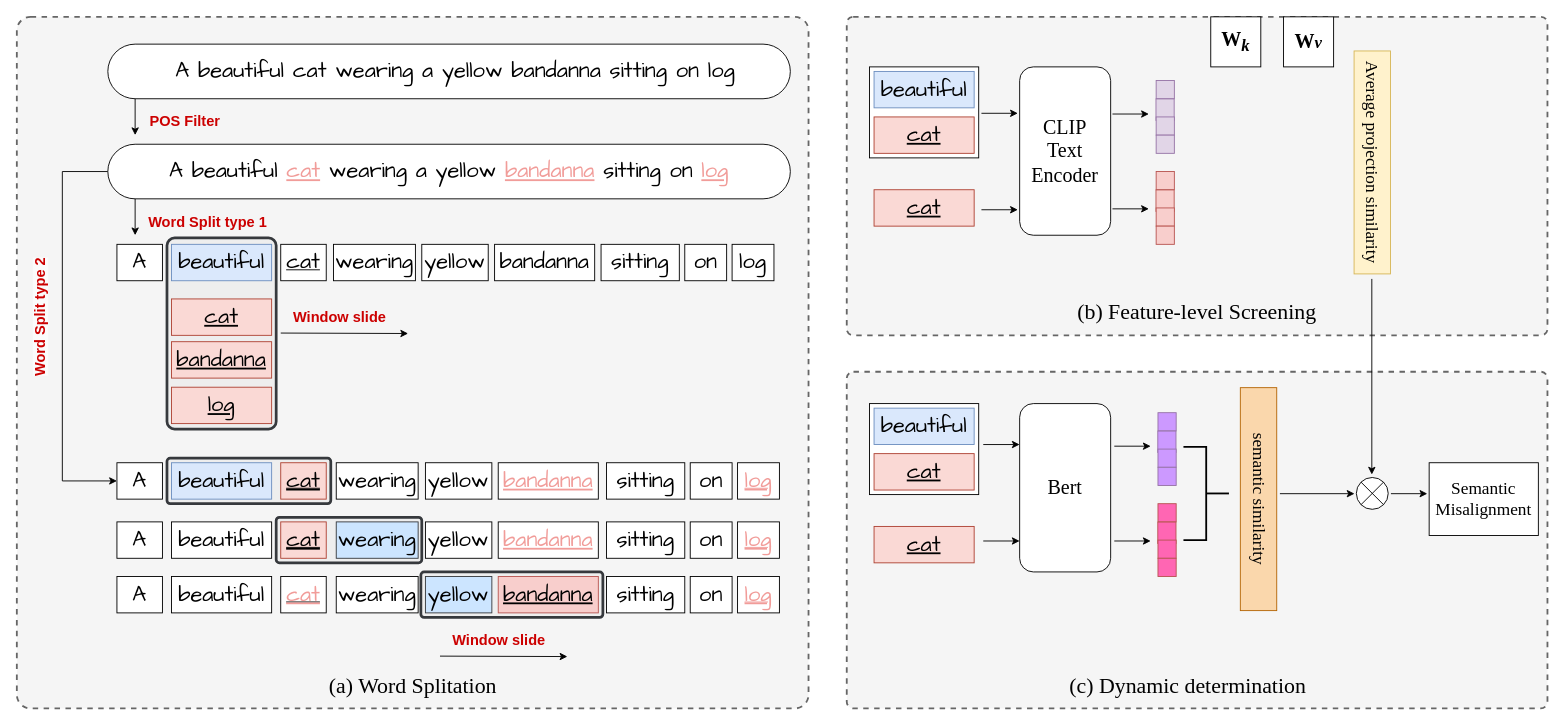
The draw.io diagram backdoor detection.drawio in Aemilia-xu/CS231n, before the edit. Source tidied: cells renumbered, new cells numbered last; positions are measured from the earlier drawing's top-left corner, leaving out a move shared by most shapes. Both pictures are drawn from the tidied source at 91%, with x=0, y=0 at pixel (-47, 16).
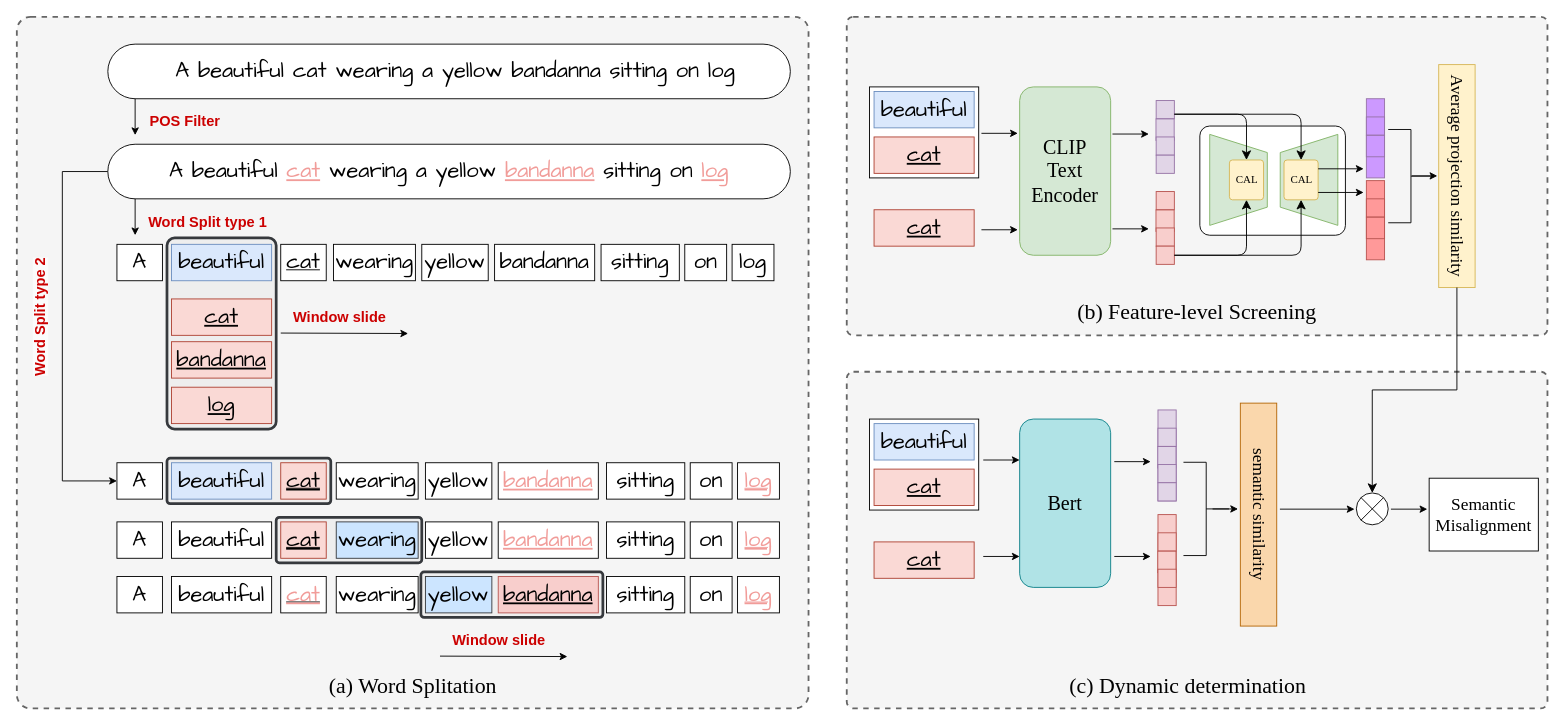
Above is the later version.

The change refers to these unchanged cells:
```xml
<mxCell id="70" style="rounded=0;whiteSpace=wrap;html=1;fillColor=#e1d5e7;strokeColor=#9673a6;rotation=90;" parent="69" vertex="1">
  <mxGeometry x="40" y="-20" width="20" height="20" as="geometry" />
</mxCell>
<mxCell id="80" style="rounded=0;whiteSpace=wrap;html=1;fillColor=#f8cecc;strokeColor=#b85450;rotation=90;" parent="76" vertex="1">
  <mxGeometry x="40" y="40" width="20" height="20" as="geometry" />
</mxCell>
```

The edit, as a diff of the source:
```diff
@@
     <mxCell id="5" style="rounded=0;whiteSpace=wrap;html=1;" parent="1" vertex="1">
-      <mxGeometry x="1007" y="55" width="120" height="100" as="geometry" />
+      <mxGeometry x="1007" y="77" width="120" height="100" as="geometry" />
     </mxCell>
@@
     <mxCell id="63" value="&lt;u style=&quot;font-family: &amp;quot;Comic Sans MS&amp;quot;; font-size: 24px;&quot;&gt;&lt;font style=&quot;color: rgb(0, 0, 0);&quot;&gt;cat&lt;/font&gt;&lt;/u&gt;" style="rounded=0;whiteSpace=wrap;html=1;fillColor=#fad9d5;strokeColor=#ae4132;" parent="1" vertex="1">
-      <mxGeometry x="1012" y="110" width="110" height="40" as="geometry" />
+      <mxGeometry x="1012" y="132" width="110" height="40" as="geometry" />
     </mxCell>
     <mxCell id="64" value="&lt;span style=&quot;font-family: &amp;quot;Comic Sans MS&amp;quot;; font-size: 24px;&quot;&gt;&lt;font style=&quot;color: rgb(0, 0, 0);&quot;&gt;beautiful&lt;/font&gt;&lt;/span&gt;" style="rounded=0;whiteSpace=wrap;html=1;fillColor=#dae8fc;strokeColor=#6c8ebf;" parent="1" vertex="1">
-      <mxGeometry x="1012" y="60" width="110" height="40" as="geometry" />
+      <mxGeometry x="1012" y="82" width="110" height="40" as="geometry" />
     </mxCell>
     <mxCell id="65" value="&lt;u style=&quot;font-family: &amp;quot;Comic Sans MS&amp;quot;; font-size: 24px;&quot;&gt;&lt;font style=&quot;color: rgb(0, 0, 0);&quot;&gt;cat&lt;/font&gt;&lt;/u&gt;" style="rounded=0;whiteSpace=wrap;html=1;fillColor=#fad9d5;strokeColor=#ae4132;" parent="1" vertex="1">
-      <mxGeometry x="1012" y="190" width="110" height="40" as="geometry" />
+      <mxGeometry x="1012" y="212" width="110" height="40" as="geometry" />
     </mxCell>
-    <mxCell id="66" value="&lt;font face=&quot;Times New Roman&quot; style=&quot;font-size: 22px;&quot;&gt;CLIP&lt;/font&gt;&lt;div&gt;&lt;font face=&quot;Times New Roman&quot; style=&quot;font-size: 22px;&quot;&gt;Text&lt;/font&gt;&lt;/div&gt;&lt;div&gt;&lt;font face=&quot;Times New Roman&quot; style=&quot;font-size: 22px;&quot;&gt;Encoder&lt;/font&gt;&lt;/div&gt;" style="rounded=1;whiteSpace=wrap;html=1;" parent="1" vertex="1">
-      <mxGeometry x="1172" y="55" width="100" height="185" as="geometry" />
+    <mxCell id="66" value="&lt;font face=&quot;Times New Roman&quot; style=&quot;font-size: 22px;&quot;&gt;CLIP&lt;/font&gt;&lt;div&gt;&lt;font face=&quot;Times New Roman&quot; style=&quot;font-size: 22px;&quot;&gt;Text&lt;/font&gt;&lt;/div&gt;&lt;div&gt;&lt;font face=&quot;Times New Roman&quot; style=&quot;font-size: 22px;&quot;&gt;Encoder&lt;/font&gt;&lt;/div&gt;" style="rounded=1;whiteSpace=wrap;html=1;fillColor=#d5e8d4;strokeColor=#82b366;" parent="1" vertex="1">
+      <mxGeometry x="1172" y="77" width="100" height="185" as="geometry" />
     </mxCell>
     <mxCell id="67" style="endArrow=classic;html=1;rounded=0;" parent="1" edge="1">
       <mxGeometry relative="1" as="geometry">
-        <mxPoint x="1130" y="106" as="sourcePoint" />
-        <mxPoint x="1170" y="106" as="targetPoint" />
+        <mxPoint x="1130" y="128" as="sourcePoint" />
+        <mxPoint x="1170" y="128" as="targetPoint" />
       </mxGeometry>
     </mxCell>
     <mxCell id="68" style="endArrow=classic;html=1;rounded=0;" parent="1" edge="1">
       <mxGeometry relative="1" as="geometry">
-        <mxPoint x="1130" y="212" as="sourcePoint" />
-        <mxPoint x="1170" y="212" as="targetPoint" />
+        <mxPoint x="1130" y="234" as="sourcePoint" />
+        <mxPoint x="1170" y="234" as="targetPoint" />
       </mxGeometry>
     </mxCell>
     <mxCell id="69" style="group;rotation=90;" parent="1" vertex="1">
-      <mxGeometry x="1282" y="90" width="100" height="20" as="geometry" />
+      <mxGeometry x="1282" y="112" width="100" height="20" as="geometry" />
     </mxCell>
@@
     <mxCell id="74" style="endArrow=classic;html=1;rounded=0;" parent="1" edge="1">
       <mxGeometry relative="1" as="geometry">
-        <mxPoint x="1274" y="106.8" as="sourcePoint" />
-        <mxPoint x="1314" y="106.8" as="targetPoint" />
+        <mxPoint x="1274" y="128.8" as="sourcePoint" />
+        <mxPoint x="1314" y="128.8" as="targetPoint" />
       </mxGeometry>
     </mxCell>
     <mxCell id="75" style="endArrow=classic;html=1;rounded=0;" parent="1" edge="1">
       <mxGeometry relative="1" as="geometry">
-        <mxPoint x="1274" y="211" as="sourcePoint" />
-        <mxPoint x="1314" y="211" as="targetPoint" />
+        <mxPoint x="1274" y="233" as="sourcePoint" />
+        <mxPoint x="1314" y="233" as="targetPoint" />
       </mxGeometry>
     </mxCell>
     <mxCell id="76" style="group;rotation=90;" parent="1" vertex="1">
-      <mxGeometry x="1282" y="190" width="100" height="20" as="geometry" />
+      <mxGeometry x="1282" y="212" width="100" height="20" as="geometry" />
     </mxCell>
@@
-    <mxCell id="81" value="&lt;font face=&quot;Times New Roman&quot;&gt;&lt;b&gt;W&lt;sub&gt;&lt;i&gt;k&lt;/i&gt;&lt;/sub&gt;&lt;/b&gt;&lt;/font&gt;" style="whiteSpace=wrap;html=1;fontSize=22;" parent="1" vertex="1">
-      <mxGeometry x="1382" width="55" height="55" as="geometry" />
-    </mxCell>
-    <mxCell id="82" value="&lt;font face=&quot;Times New Roman&quot;&gt;&lt;b&gt;W&lt;span style=&quot;font-size: 18.3333px;&quot;&gt;&lt;i&gt;v&lt;/i&gt;&lt;/span&gt;&lt;/b&gt;&lt;/font&gt;" style="whiteSpace=wrap;html=1;fontSize=22;" parent="1" vertex="1">
-      <mxGeometry x="1462" width="55" height="55" as="geometry" />
-    </mxCell>
     <mxCell id="83" value="&lt;font face=&quot;Times New Roman&quot; style=&quot;font-size: 19px;&quot;&gt;Average projection similarity&lt;/font&gt;" style="rounded=0;whiteSpace=wrap;html=1;rotation=90;fillColor=#fff2cc;strokeColor=#d6b656;align=center;verticalAlign=middle;" parent="1" vertex="1">
-      <mxGeometry x="1437" y="140" width="245" height="40" as="geometry" />
+      <mxGeometry x="1530" y="155" width="245" height="40" as="geometry" />
     </mxCell>
     <mxCell id="84" style="rounded=0;whiteSpace=wrap;html=1;" parent="1" vertex="1">
-      <mxGeometry x="1007" y="425" width="120" height="100" as="geometry" />
+      <mxGeometry x="1007" y="442" width="120" height="100" as="geometry" />
     </mxCell>
     <mxCell id="85" value="&lt;u style=&quot;font-family: &amp;quot;Comic Sans MS&amp;quot;; font-size: 24px;&quot;&gt;&lt;font style=&quot;color: rgb(0, 0, 0);&quot;&gt;cat&lt;/font&gt;&lt;/u&gt;" style="rounded=0;whiteSpace=wrap;html=1;fillColor=#fad9d5;strokeColor=#ae4132;" parent="1" vertex="1">
-      <mxGeometry x="1012" y="480" width="110" height="40" as="geometry" />
+      <mxGeometry x="1012" y="497" width="110" height="40" as="geometry" />
     </mxCell>
     <mxCell id="86" value="&lt;span style=&quot;font-family: &amp;quot;Comic Sans MS&amp;quot;; font-size: 24px;&quot;&gt;&lt;font style=&quot;color: rgb(0, 0, 0);&quot;&gt;beautiful&lt;/font&gt;&lt;/span&gt;" style="rounded=0;whiteSpace=wrap;html=1;fillColor=#dae8fc;strokeColor=#6c8ebf;" parent="1" vertex="1">
-      <mxGeometry x="1012" y="430" width="110" height="40" as="geometry" />
+      <mxGeometry x="1012" y="447" width="110" height="40" as="geometry" />
     </mxCell>
     <mxCell id="87" value="&lt;u style=&quot;font-family: &amp;quot;Comic Sans MS&amp;quot;; font-size: 24px;&quot;&gt;&lt;font style=&quot;color: rgb(0, 0, 0);&quot;&gt;cat&lt;/font&gt;&lt;/u&gt;" style="rounded=0;whiteSpace=wrap;html=1;fillColor=#fad9d5;strokeColor=#ae4132;" parent="1" vertex="1">
-      <mxGeometry x="1012" y="560" width="110" height="40" as="geometry" />
+      <mxGeometry x="1012" y="577" width="110" height="40" as="geometry" />
     </mxCell>
-    <mxCell id="88" value="&lt;span style=&quot;font-size: 22px;&quot;&gt;&lt;font face=&quot;Times New Roman&quot;&gt;Bert&lt;/font&gt;&lt;/span&gt;" style="rounded=1;whiteSpace=wrap;html=1;" parent="1" vertex="1">
-      <mxGeometry x="1172" y="425" width="100" height="185" as="geometry" />
+    <mxCell id="88" value="&lt;span style=&quot;font-size: 22px;&quot;&gt;&lt;font face=&quot;Times New Roman&quot;&gt;Bert&lt;/font&gt;&lt;/span&gt;" style="rounded=1;whiteSpace=wrap;html=1;fillColor=#b0e3e6;strokeColor=#0e8088;" parent="1" vertex="1">
+      <mxGeometry x="1172" y="442" width="100" height="185" as="geometry" />
     </mxCell>
     <mxCell id="89" style="endArrow=classic;html=1;rounded=0;" parent="1" edge="1">
       <mxGeometry relative="1" as="geometry">
-        <mxPoint x="1132" y="470" as="sourcePoint" />
-        <mxPoint x="1172" y="470" as="targetPoint" />
+        <mxPoint x="1132" y="487" as="sourcePoint" />
+        <mxPoint x="1172" y="487" as="targetPoint" />
       </mxGeometry>
     </mxCell>
     <mxCell id="90" style="endArrow=classic;html=1;rounded=0;" parent="1" edge="1">
       <mxGeometry relative="1" as="geometry">
-        <mxPoint x="1132" y="576" as="sourcePoint" />
-        <mxPoint x="1172" y="576" as="targetPoint" />
+        <mxPoint x="1132" y="593" as="sourcePoint" />
+        <mxPoint x="1172" y="593" as="targetPoint" />
       </mxGeometry>
     </mxCell>
-    <mxCell id="91" style="group;rotation=90;" parent="1" vertex="1">
-      <mxGeometry x="1284" y="455" width="100" height="20" as="geometry" />
+    <mxCell id="91" style="group;rotation=90;fillColor=#e1d5e7;strokeColor=#9673a6;" parent="1" vertex="1">
+      <mxGeometry x="1284" y="472" width="100" height="20" as="geometry" />
     </mxCell>
-    <mxCell id="92" style="rounded=0;whiteSpace=wrap;html=1;fillColor=#CC99FF;strokeColor=#9673a6;rotation=90;" parent="91" vertex="1">
+    <mxCell id="92" style="rounded=0;whiteSpace=wrap;html=1;fillColor=#e1d5e7;strokeColor=#9673a6;rotation=90;" parent="91" vertex="1">
       <mxGeometry x="40" y="-20" width="20" height="20" as="geometry" />
     </mxCell>
-    <mxCell id="93" style="rounded=0;whiteSpace=wrap;html=1;fillColor=#CC99FF;strokeColor=#9673a6;rotation=90;" parent="91" vertex="1">
+    <mxCell id="93" style="rounded=0;whiteSpace=wrap;html=1;fillColor=#e1d5e7;strokeColor=#9673a6;rotation=90;" parent="91" vertex="1">
       <mxGeometry x="38" y="2" width="23.6" height="20" as="geometry" />
     </mxCell>
-    <mxCell id="94" style="rounded=0;whiteSpace=wrap;html=1;fillColor=#CC99FF;strokeColor=#9673a6;rotation=90;" parent="91" vertex="1">
+    <mxCell id="94" style="rounded=0;whiteSpace=wrap;html=1;fillColor=#e1d5e7;strokeColor=#9673a6;rotation=90;" parent="91" vertex="1">
       <mxGeometry x="40" y="20" width="20" height="20" as="geometry" />
     </mxCell>
-    <mxCell id="95" style="rounded=0;whiteSpace=wrap;html=1;fillColor=#CC99FF;strokeColor=#9673a6;rotation=90;" parent="91" vertex="1">
+    <mxCell id="95" style="rounded=0;whiteSpace=wrap;html=1;fillColor=#e1d5e7;strokeColor=#9673a6;rotation=90;" parent="91" vertex="1">
       <mxGeometry x="40" y="40" width="20" height="20" as="geometry" />
     </mxCell>
     <mxCell id="96" style="endArrow=classic;html=1;rounded=0;" parent="1" edge="1">
       <mxGeometry relative="1" as="geometry">
-        <mxPoint x="1276" y="471.8" as="sourcePoint" />
-        <mxPoint x="1316" y="471.8" as="targetPoint" />
+        <mxPoint x="1276" y="488.8" as="sourcePoint" />
+        <mxPoint x="1316" y="488.8" as="targetPoint" />
       </mxGeometry>
     </mxCell>
     <mxCell id="97" style="endArrow=classic;html=1;rounded=0;" parent="1" edge="1">
       <mxGeometry relative="1" as="geometry">
-        <mxPoint x="1276" y="576" as="sourcePoint" />
-        <mxPoint x="1316" y="576" as="targetPoint" />
+        <mxPoint x="1276" y="593" as="sourcePoint" />
+        <mxPoint x="1316" y="593" as="targetPoint" />
       </mxGeometry>
     </mxCell>
-    <mxCell id="98" style="group;rotation=90;" parent="1" vertex="1">
-      <mxGeometry x="1284" y="555" width="100" height="20" as="geometry" />
+    <mxCell id="98" style="group;rotation=90;fillColor=#f8cecc;strokeColor=#b85450;" parent="1" vertex="1">
+      <mxGeometry x="1284" y="587" width="100" height="20" as="geometry" />
     </mxCell>
-    <mxCell id="99" style="rounded=0;whiteSpace=wrap;html=1;fillColor=#FF66B3;strokeColor=#b85450;rotation=90;" parent="98" vertex="1">
+    <mxCell id="99" style="rounded=0;whiteSpace=wrap;html=1;fillColor=#f8cecc;strokeColor=#b85450;rotation=90;" parent="98" vertex="1">
       <mxGeometry x="40" y="-20" width="20" height="20" as="geometry" />
     </mxCell>
-    <mxCell id="100" style="rounded=0;whiteSpace=wrap;html=1;fillColor=#FF66B3;strokeColor=#b85450;rotation=90;" parent="98" vertex="1">
+    <mxCell id="100" style="rounded=0;whiteSpace=wrap;html=1;fillColor=#f8cecc;strokeColor=#b85450;rotation=90;" parent="98" vertex="1">
       <mxGeometry x="38" y="2" width="23.6" height="20" as="geometry" />
     </mxCell>
-    <mxCell id="101" style="rounded=0;whiteSpace=wrap;html=1;fillColor=#FF66B3;strokeColor=#b85450;rotation=90;" parent="98" vertex="1">
+    <mxCell id="101" style="rounded=0;whiteSpace=wrap;html=1;fillColor=#f8cecc;strokeColor=#b85450;rotation=90;" parent="98" vertex="1">
       <mxGeometry x="40" y="20" width="20" height="20" as="geometry" />
     </mxCell>
-    <mxCell id="102" style="rounded=0;whiteSpace=wrap;html=1;fillColor=#FF66B3;strokeColor=#b85450;rotation=90;" parent="98" vertex="1">
-      <mxGeometry x="40" y="40" width="20" height="20" as="geometry" />
-    </mxCell>
     <mxCell id="103" value="&lt;div&gt;&lt;font face=&quot;Times New Roman&quot;&gt;&lt;span style=&quot;font-size: 19px;&quot;&gt;semantic similarity&lt;/span&gt;&lt;/font&gt;&lt;/div&gt;" style="rounded=0;whiteSpace=wrap;html=1;rotation=90;fillColor=#fad7ac;strokeColor=#b46504;align=center;verticalAlign=middle;" parent="1" vertex="1">
-      <mxGeometry x="1312" y="510" width="245" height="40" as="geometry" />
+      <mxGeometry x="1312" y="527" width="245" height="40" as="geometry" />
     </mxCell>
     <mxCell id="104" style="shape=sumEllipse;perimeter=ellipsePerimeter;whiteSpace=wrap;html=1;backgroundOutline=1;" parent="1" vertex="1">
-      <mxGeometry x="1542" y="506.2" width="35" height="35" as="geometry" />
+      <mxGeometry x="1542" y="523.2" width="35" height="35" as="geometry" />
     </mxCell>
-    <mxCell id="105" style="strokeWidth=2;html=1;shape=mxgraph.flowchart.annotation_2;align=left;labelPosition=right;rotation=-180;" parent="1" vertex="1">
-      <mxGeometry x="1352" y="472.5" width="50" height="102.5" as="geometry" />
+    <mxCell id="105" style="strokeWidth=1;html=1;shape=mxgraph.flowchart.annotation_2;align=left;labelPosition=right;rotation=-180;" parent="1" vertex="1">
+      <mxGeometry x="1352" y="489.5" width="50" height="102.5" as="geometry" />
     </mxCell>
     <mxCell id="106" style="endArrow=classic;html=1;rounded=0;" parent="1" edge="1">
       <mxGeometry relative="1" as="geometry">
-        <mxPoint x="1458" y="524" as="sourcePoint" />
-        <mxPoint x="1540" y="524" as="targetPoint" />
+        <mxPoint x="1458" y="541" as="sourcePoint" />
+        <mxPoint x="1540" y="541" as="targetPoint" />
       </mxGeometry>
     </mxCell>
-    <mxCell id="107" style="endArrow=classic;html=1;rounded=0;" parent="1" edge="1">
-      <mxGeometry relative="1" as="geometry">
-        <mxPoint x="1559" y="288" as="sourcePoint" />
-        <mxPoint x="1559" y="503" as="targetPoint" />
-      </mxGeometry>
-    </mxCell>
     <mxCell id="108" value="&lt;font style=&quot;font-size: 19px;&quot; face=&quot;Times New Roman&quot;&gt;Semantic Misalignment&lt;/font&gt;" style="rounded=0;whiteSpace=wrap;html=1;rotation=0;align=center;verticalAlign=middle;" parent="1" vertex="1">
-      <mxGeometry x="1622" y="490" width="120" height="80" as="geometry" />
+      <mxGeometry x="1622" y="507" width="120" height="80" as="geometry" />
     </mxCell>
     <mxCell id="109" style="endArrow=classic;html=1;rounded=0;" parent="1" edge="1">
       <mxGeometry relative="1" as="geometry">
-        <mxPoint x="1580" y="524" as="sourcePoint" />
-        <mxPoint x="1620" y="524" as="targetPoint" />
+        <mxPoint x="1580" y="541" as="sourcePoint" />
+        <mxPoint x="1620" y="541" as="targetPoint" />
       </mxGeometry>
     </mxCell>
@@
+    <mxCell id="113" style="group;" parent="1" vertex="1">
+      <mxGeometry x="1360" y="109.5" width="170" height="198" as="geometry" />
+    </mxCell>
+    <mxCell id="114" style="group;" parent="113" vertex="1">
+      <mxGeometry x="10" y="10.5" width="170" height="198" as="geometry" />
+    </mxCell>
+    <mxCell id="115" style="rounded=1;whiteSpace=wrap;html=1;arcSize=9;" parent="114" vertex="1">
+      <mxGeometry width="160" height="120" as="geometry" />
+    </mxCell>
+    <mxCell id="116" style="group;" parent="114" vertex="1">
+      <mxGeometry x="10" y="10.5" width="160" height="187.5" as="geometry" />
+    </mxCell>
+    <mxCell id="117" style="shape=trapezoid;perimeter=trapezoidPerimeter;whiteSpace=wrap;html=1;fixedSize=1;rotation=90;fillColor=#d5e8d4;strokeColor=#82b366;" parent="116" vertex="1">
+      <mxGeometry x="-17.5" y="17" width="100" height="63.3" as="geometry" />
+    </mxCell>
+    <mxCell id="118" style="shape=trapezoid;perimeter=trapezoidPerimeter;whiteSpace=wrap;html=1;fixedSize=1;rotation=-90;fillColor=#d5e8d4;strokeColor=#82b366;" parent="116" vertex="1">
+      <mxGeometry x="60" y="17" width="100" height="63.3" as="geometry" />
+    </mxCell>
+    <mxCell id="119" value="&lt;font face=&quot;Times New Roman&quot;&gt;CAL&lt;/font&gt;" style="rounded=1;whiteSpace=wrap;html=1;arcSize=9;fillColor=#fff2cc;strokeColor=#d6b656;" parent="116" vertex="1">
+      <mxGeometry x="22.5" y="26.8" width="37.5" height="43.8" as="geometry" />
+    </mxCell>
+    <mxCell id="120" value="&lt;font face=&quot;Times New Roman&quot;&gt;CAL&lt;/font&gt;" style="rounded=1;whiteSpace=wrap;html=1;arcSize=9;fillColor=#fff2cc;strokeColor=#d6b656;" parent="116" vertex="1">
+      <mxGeometry x="82.5" y="26.8" width="37.5" height="43.8" as="geometry" />
+    </mxCell>
+    <mxCell id="121" style="endArrow=classic;html=1;rounded=0;" parent="116" edge="1">
+      <mxGeometry relative="1" as="geometry">
+        <mxPoint x="120" y="36.5" as="sourcePoint" />
+        <mxPoint x="170" y="36.5" as="targetPoint" />
+      </mxGeometry>
+    </mxCell>
+    <mxCell id="122" style="endArrow=classic;html=1;rounded=0;" parent="116" edge="1">
+      <mxGeometry relative="1" as="geometry">
+        <mxPoint x="120" y="62.5" as="sourcePoint" />
+        <mxPoint x="170" y="62.5" as="targetPoint" />
+      </mxGeometry>
+    </mxCell>
+    <mxCell id="123" style="group;" parent="1" vertex="1">
+      <mxGeometry x="1421" y="107" width="60" as="geometry" />
+    </mxCell>
+    <mxCell id="124" style="edgeStyle=segmentEdgeStyle;endArrow=classic;html=1;curved=0;rounded=1;endSize=8;startSize=8;entryX=0.5;entryY=0;entryDx=0;entryDy=0;exitX=0.75;exitY=0;exitDx=0;exitDy=0;" parent="123" edge="1" source="70" target="119">
+      <mxGeometry relative="1" as="geometry">
+        <Array as="points">
+          <mxPoint />
+        </Array>
+      </mxGeometry>
+    </mxCell>
+    <mxCell id="125" style="edgeStyle=segmentEdgeStyle;endArrow=classic;html=1;curved=0;rounded=1;endSize=8;startSize=8;entryX=0.5;entryY=0;entryDx=0;entryDy=0;exitX=0.75;exitY=0;exitDx=0;exitDy=0;" parent="123" edge="1" source="70" target="120">
+      <mxGeometry relative="1" as="geometry">
+        <Array as="points">
+          <mxPoint x="60" />
+        </Array>
+      </mxGeometry>
+    </mxCell>
+    <mxCell id="126" style="edgeStyle=segmentEdgeStyle;endArrow=classic;html=1;curved=0;rounded=1;endSize=8;startSize=8;exitX=0.5;exitY=0;exitDx=0;exitDy=0;entryX=0.5;entryY=1;entryDx=0;entryDy=0;" parent="1" edge="1" source="80" target="119">
+      <mxGeometry relative="1" as="geometry" />
+    </mxCell>
+    <mxCell id="127" style="edgeStyle=segmentEdgeStyle;endArrow=classic;html=1;curved=0;rounded=1;endSize=8;startSize=8;exitX=0.5;exitY=0;exitDx=0;exitDy=0;entryX=0.5;entryY=1;entryDx=0;entryDy=0;" parent="1" edge="1" source="80" target="120">
+      <mxGeometry relative="1" as="geometry" />
+    </mxCell>
+    <mxCell id="128" style="group;" parent="1" vertex="1">
+      <mxGeometry x="1553" y="180" width="20" height="87" as="geometry" />
+    </mxCell>
+    <mxCell id="129" style="group;rotation=90;fillColor=#FF9999;strokeColor=#b85450;" parent="128" vertex="1">
+      <mxGeometry x="-33.5" y="33.5" width="87" height="20" as="geometry" />
+    </mxCell>
+    <mxCell id="130" style="rounded=0;whiteSpace=wrap;html=1;fillColor=#FF9999;strokeColor=#b85450;rotation=90;" parent="128" vertex="1">
+      <mxGeometry y="20" width="20" height="20" as="geometry" />
+    </mxCell>
+    <mxCell id="131" style="rounded=0;whiteSpace=wrap;html=1;fillColor=#FF9999;strokeColor=#b85450;rotation=90;" parent="128" vertex="1">
+      <mxGeometry x="-1.8" y="42" width="23.6" height="20" as="geometry" />
+    </mxCell>
+    <mxCell id="132" style="group;" parent="1" vertex="1">
+      <mxGeometry x="1553" y="90" width="20" height="87" as="geometry" />
+    </mxCell>
+    <mxCell id="133" style="group;rotation=90;fillColor=#CC99FF;strokeColor=#9673a6;" parent="132" vertex="1">
+      <mxGeometry x="-33.5" y="33.5" width="87" height="20" as="geometry" />
+    </mxCell>
+    <mxCell id="134" style="rounded=0;whiteSpace=wrap;html=1;fillColor=#CC99FF;strokeColor=#9673a6;rotation=90;" parent="132" vertex="1">
+      <mxGeometry y="20" width="20" height="20" as="geometry" />
+    </mxCell>
+    <mxCell id="135" style="rounded=0;whiteSpace=wrap;html=1;fillColor=#CC99FF;strokeColor=#9673a6;rotation=90;" parent="132" vertex="1">
+      <mxGeometry x="-1.8" y="42" width="23.6" height="20" as="geometry" />
+    </mxCell>
+    <mxCell id="136" style="strokeWidth=1;html=1;shape=mxgraph.flowchart.annotation_2;align=left;labelPosition=right;rotation=-180;" parent="1" vertex="1">
+      <mxGeometry x="1577" y="123.8" width="50" height="102.5" as="geometry" />
+    </mxCell>
+    <mxCell id="137" style="endArrow=classic;html=1;rounded=0;" parent="1" edge="1">
+      <mxGeometry relative="1" as="geometry">
+        <mxPoint x="1603" y="174.8" as="sourcePoint" />
+        <mxPoint x="1631" y="174.8" as="targetPoint" />
+      </mxGeometry>
+    </mxCell>
+    <mxCell id="138" style="endArrow=classic;html=1;rounded=0;" parent="1" edge="1">
+      <mxGeometry relative="1" as="geometry">
+        <mxPoint x="1384" y="540.8" as="sourcePoint" />
+        <mxPoint x="1412" y="540.8" as="targetPoint" />
+      </mxGeometry>
+    </mxCell>
+    <mxCell id="139" style="edgeStyle=elbowEdgeStyle;elbow=vertical;endArrow=classic;html=1;curved=0;rounded=0;endSize=8;startSize=8;entryX=0.5;entryY=0;entryDx=0;entryDy=0;exitX=1;exitY=0.5;exitDx=0;exitDy=0;" parent="1" edge="1" source="83" target="104">
+      <mxGeometry relative="1" as="geometry" />
+    </mxCell>
```
